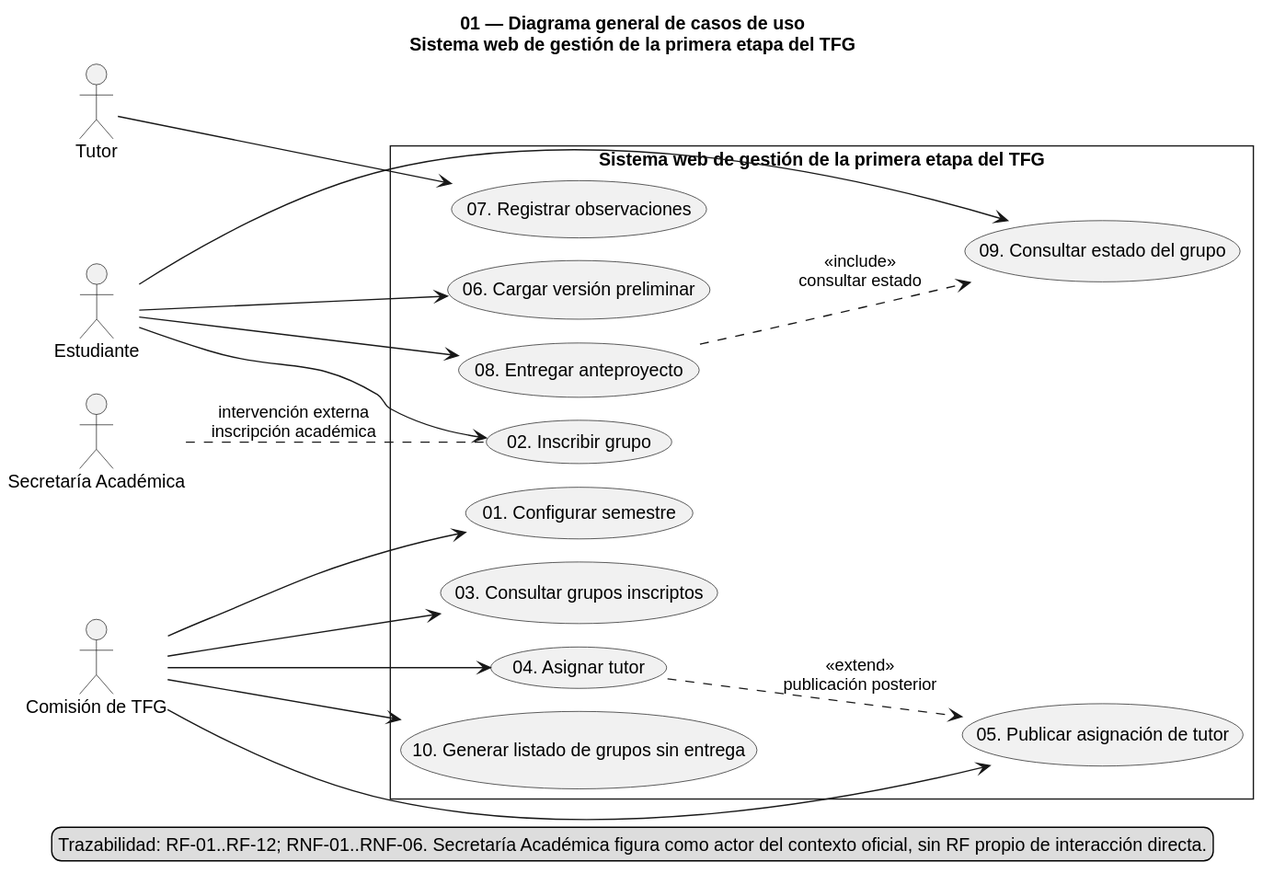
Above: tpf/diagramas/01-casos-de-uso-general.svg in Ssrrb/tpf-uca (PlantUML), before the change.
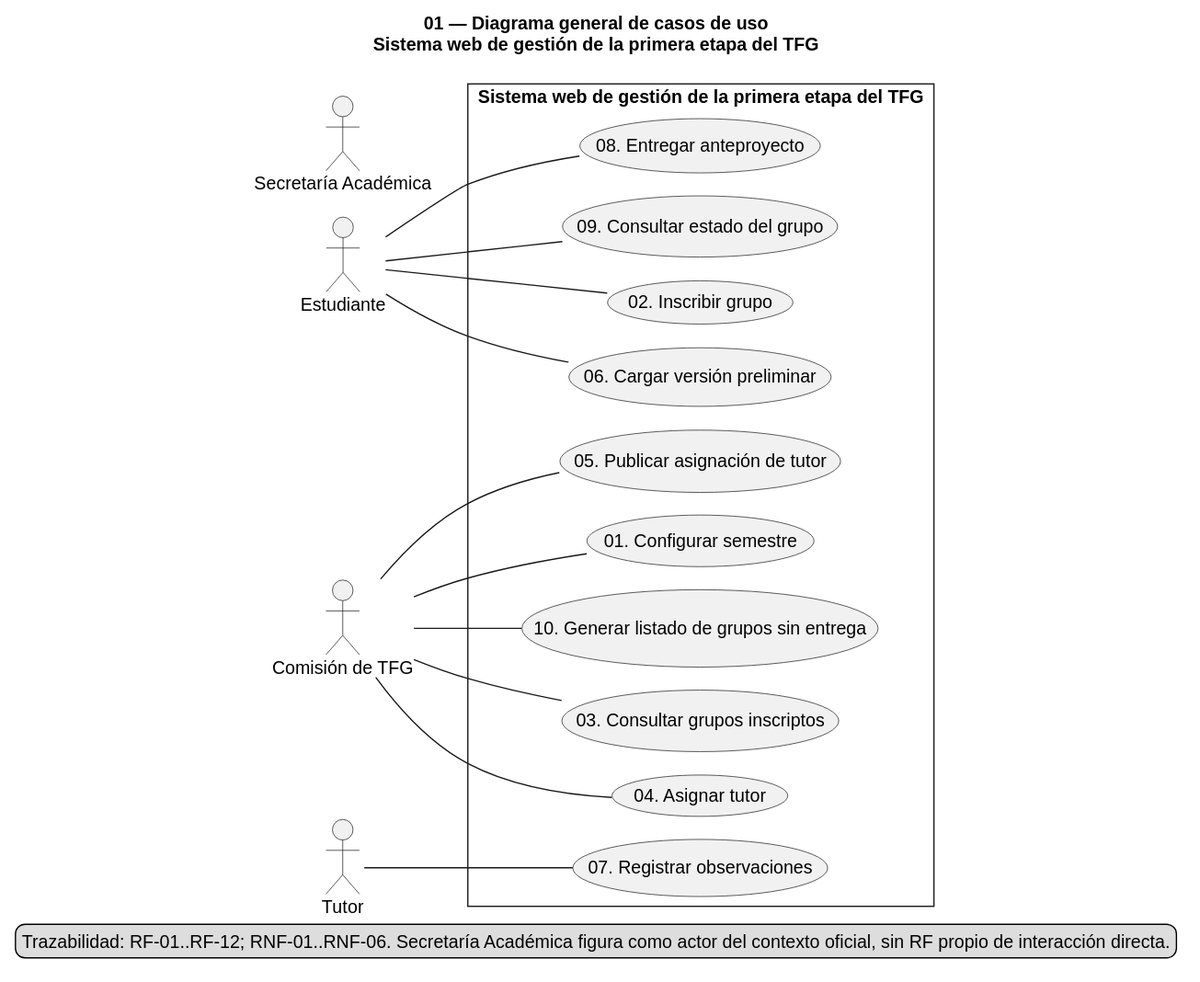
The same file after the commit.

What changed in the source:
```diff
@@ -20,19 +20,16 @@
   usecase "09. Consultar estado del grupo" as UC09
   usecase "10. Generar listado de grupos sin entrega" as UC10
 }
-Estudiante --> UC02
-Estudiante --> UC06
-Estudiante --> UC08
-Estudiante --> UC09
-Comision --> UC01
-Comision --> UC03
-Comision --> UC04
-Comision --> UC05
-Comision --> UC10
-Tutor --> UC07
-Secretaria .. UC02 : intervención externa\ninscripción académica
-UC08 ..> UC09 : <<include>>\nconsultar estado
-UC04 ..> UC05 : <<extend>>\npublicación posterior
+Estudiante -- UC02
+Estudiante -- UC06
+Estudiante -- UC08
+Estudiante -- UC09
+Comision -- UC01
+Comision -- UC03
+Comision -- UC04
+Comision -- UC05
+Comision -- UC10
+Tutor -- UC07
 legend bottom
 Trazabilidad: RF-01..RF-12; RNF-01..RNF-06. Secretaría Académica figura como actor del contexto oficial, sin RF propio de interacción directa.
 endlegend
```
